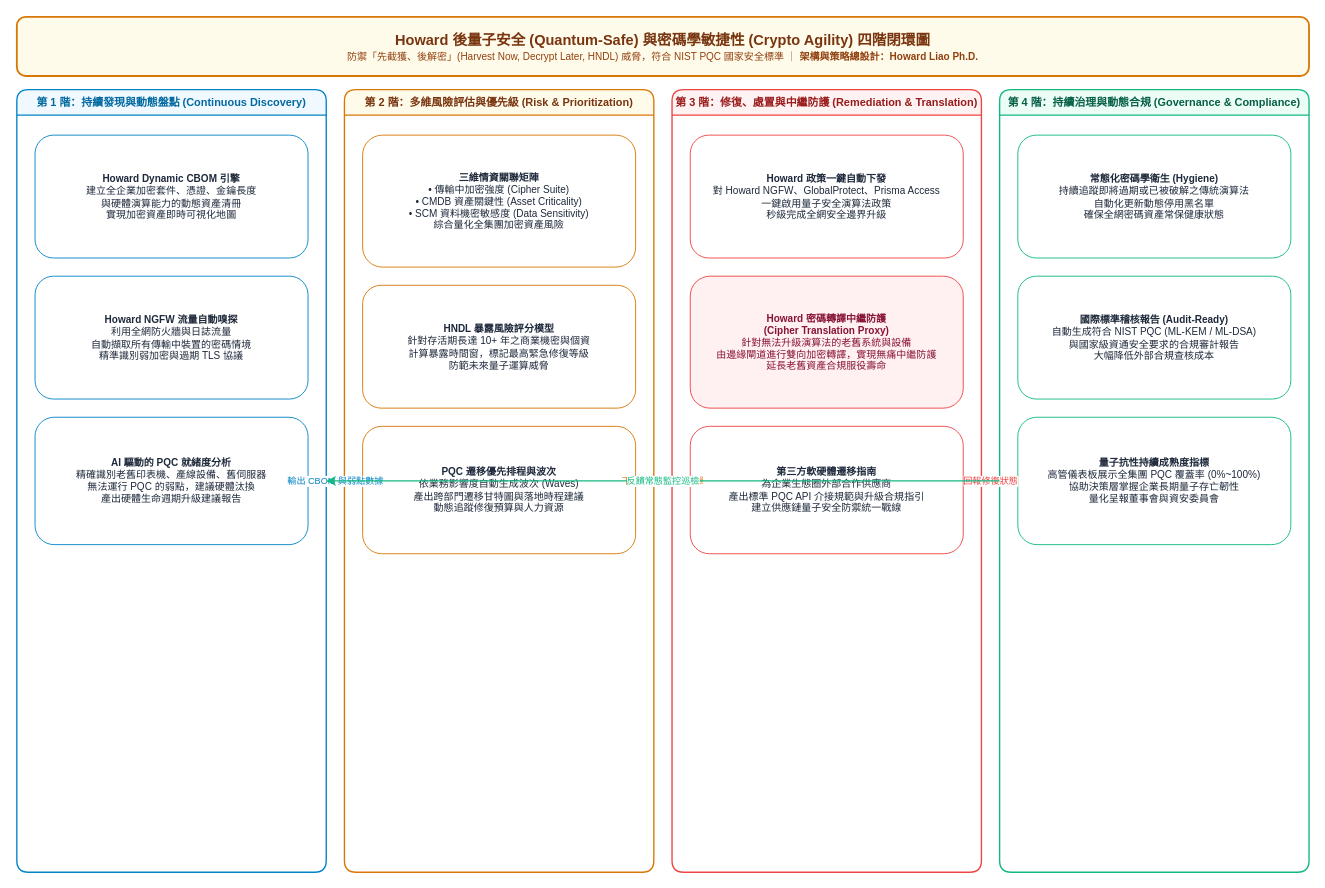
The draw.io diagram page "5. Howard 後量子密碼學敏捷性閉環" (5 of 5) of Enterprise_AI_Architect_Howard_Security_Architecture.drawio in HowardLiao/2301, before the edit. Source tidied: cells renumbered, new cells numbered last; positions are measured from the earlier drawing's top-left corner, leaving out a move shared by most shapes. Both pictures are drawn from the tidied source at 91%, with x=0, y=0 at pixel (16, 16).
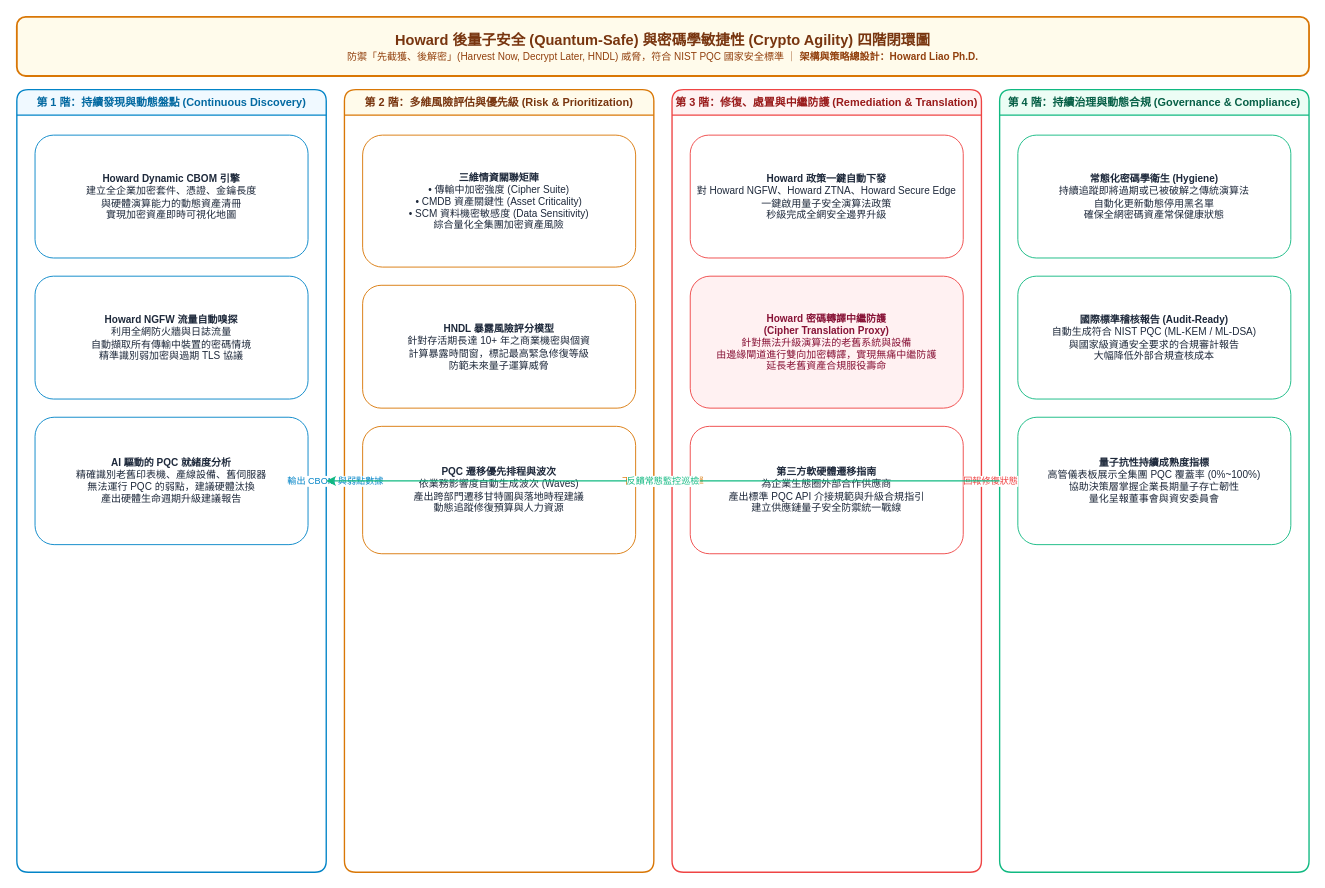
After the change.

Unchanged cells that the change refers to:
```xml
<mxCell id="11" value="&lt;b&gt;第 3 階：修復、處置與中繼防護 (Remediation &amp;amp; Translation)&lt;/b&gt;" style="swimlane;whiteSpace=wrap;html=1;fillColor=#FEF2F2;strokeColor=#EF4444;strokeWidth=1.5;fontColor=#991B1B;fontSize=12;rounded=1;startSize=28;" parent="1" vertex="1">
  <mxGeometry x="720" y="80" width="340" height="860" as="geometry" />
</mxCell>
```

The edit, as a diff of the source:
```diff
@@
-    <mxCell id="12" value="&lt;b&gt;Howard 政策一鍵自動下發&lt;/b&gt;&#10;對 Howard NGFW、GlobalProtect、Prisma Access&#10;一鍵啟用量子安全演算法政策&#10;秒級完成全網安全邊界升級" style="rounded=1;whiteSpace=wrap;html=1;fillColor=#FFFFFF;strokeColor=#EF4444;strokeWidth=1;fontColor=#1E293B;fontSize=11;align=center;verticalAlign=middle;" parent="11" vertex="1">
+    <mxCell id="12" value="&lt;b&gt;Howard 政策一鍵自動下發&lt;/b&gt;&#10;對 Howard NGFW、Howard ZTNA、Howard Secure Edge&#10;一鍵啟用量子安全演算法政策&#10;秒級完成全網安全邊界升級" style="rounded=1;whiteSpace=wrap;html=1;fillColor=#FFFFFF;strokeColor=#EF4444;strokeWidth=1;fontColor=#1E293B;fontSize=11;align=center;verticalAlign=middle;" parent="11" vertex="1">
       <mxGeometry x="20" y="50" width="300" height="135" as="geometry" />
     </mxCell>
```
